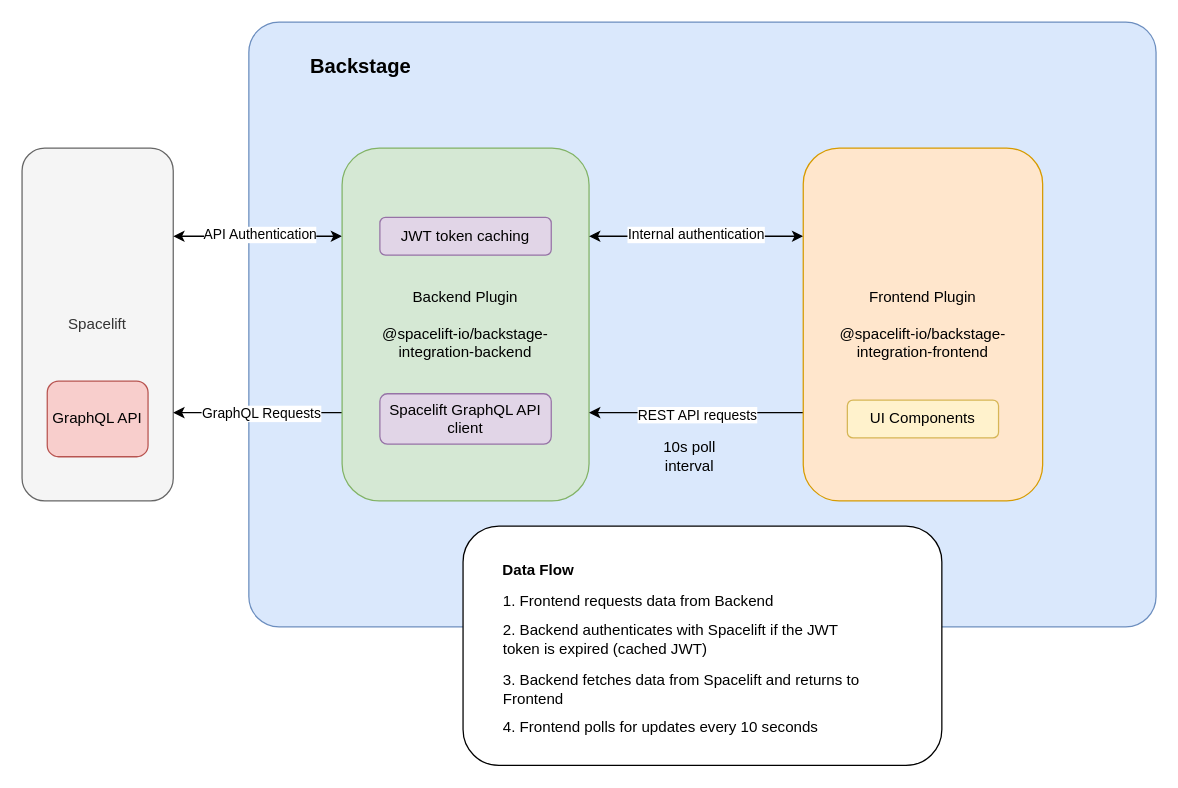
Earlier version of the draw.io diagram docs/plugins-architecture.drawio (veecode-platform/spacelift-backstage-plugins). Source tidied: cells renumbered, new cells numbered last; positions are measured from the earlier drawing's top-left corner, leaving out a move shared by most shapes. Both pictures are drawn from the tidied source at 126%, with x=0, y=0 at pixel (21, 21).
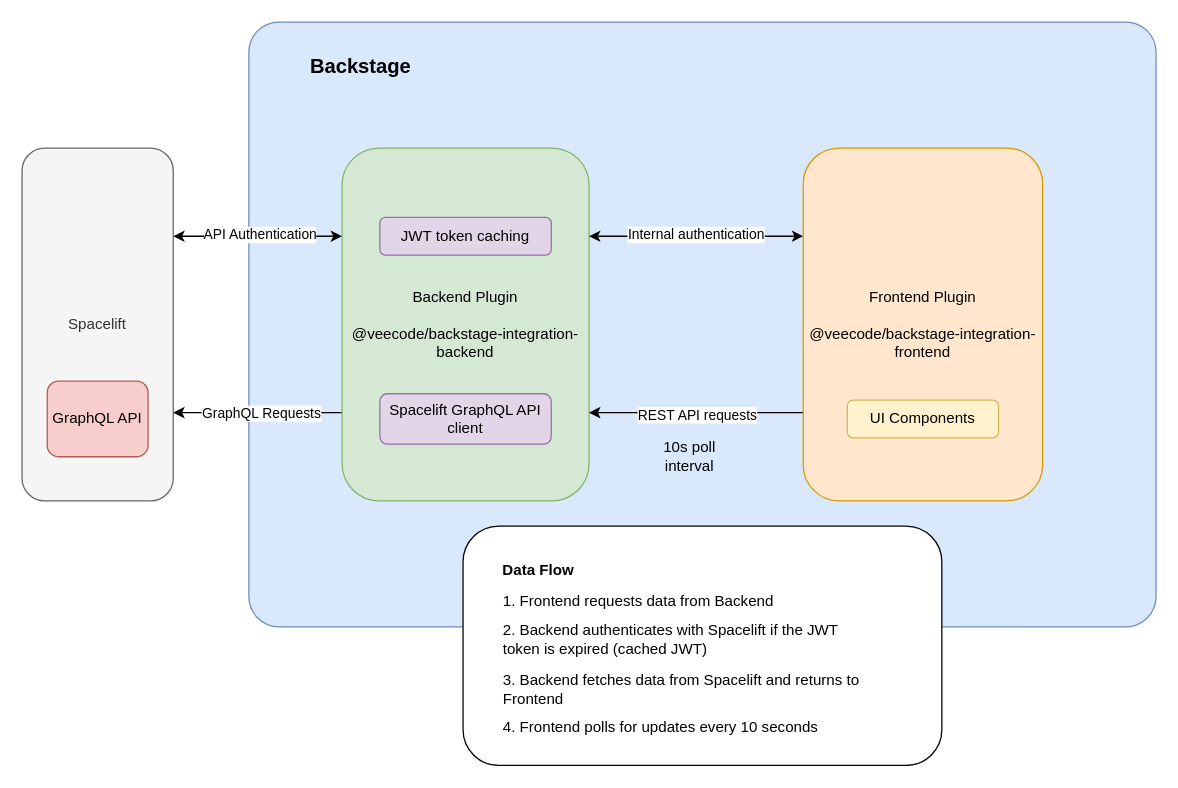
The same diagram, later.

Diff of the diagram source:
```diff
@@
-    <mxCell id="8" value="Backend Plugin&lt;br&gt;&lt;br&gt;@spacelift-io/backstage-&lt;br&gt;integration-backend" style="rounded=1;whiteSpace=wrap;html=1;fillColor=#d5e8d4;strokeColor=#82b366;" parent="1" vertex="1">
+    <mxCell id="8" value="Backend Plugin&lt;br&gt;&lt;br&gt;@veecode/backstage-integration-backend" style="rounded=1;whiteSpace=wrap;html=1;fillColor=#d5e8d4;strokeColor=#82b366;" parent="1" vertex="1">
       <mxGeometry x="254" y="100" width="196" height="280" as="geometry" />
     </mxCell>
@@
-    <mxCell id="13" value="Frontend Plugin&#10;&#10;@spacelift-io/backstage-integration-frontend" style="rounded=1;whiteSpace=wrap;html=1;fillColor=#ffe6cc;strokeColor=#d79b00;" parent="1" vertex="1">
+    <mxCell id="13" value="Frontend Plugin&#10;&#10;@veecode/backstage-integration-frontend" style="rounded=1;whiteSpace=wrap;html=1;fillColor=#ffe6cc;strokeColor=#d79b00;" parent="1" vertex="1">
       <mxGeometry x="620" y="100" width="190" height="280" as="geometry" />
     </mxCell>
```
